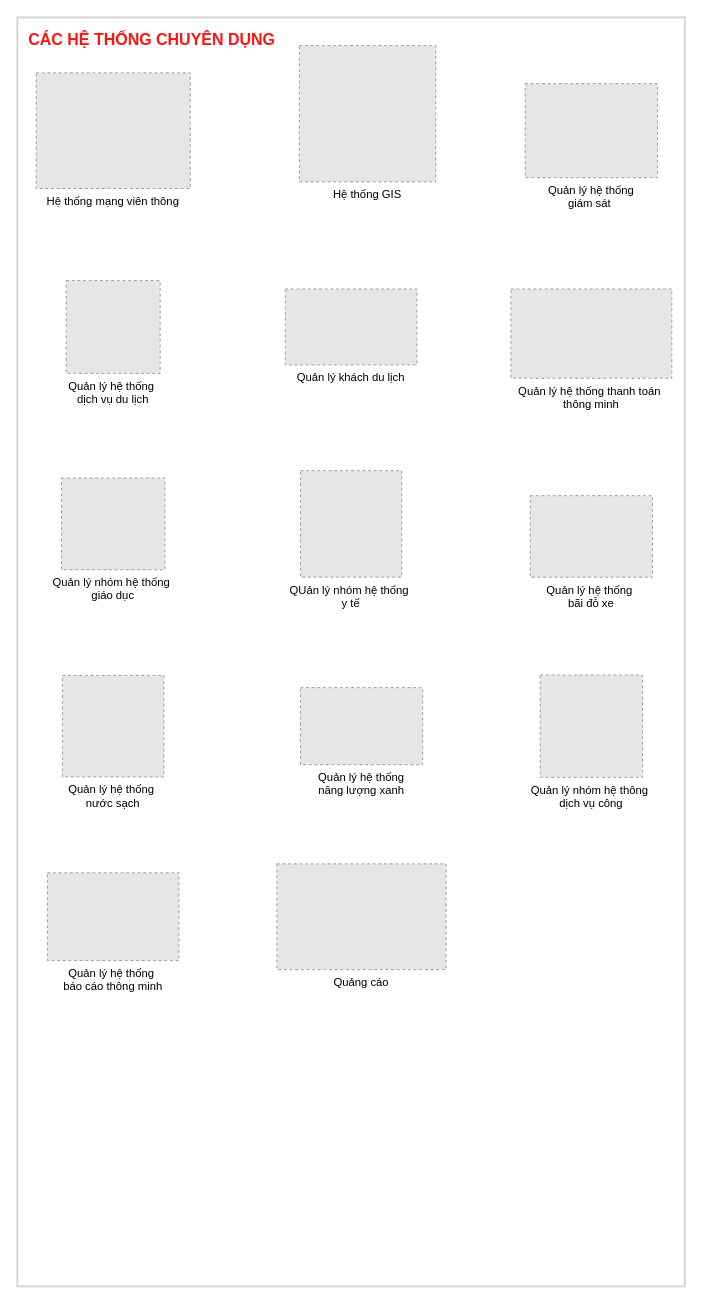
The draw.io diagram so-do-draw/smart_city_v2.drawio in letheanh12345/Draw-io, before the edit. Source tidied: cells renumbered, new cells numbered last; positions are measured from the earlier drawing's top-left corner, leaving out a move shared by most shapes. Both pictures are drawn from the tidied source at 94%, with x=0, y=0 at pixel (17, 17). Pictures stored in the file or linked from it are replaced by grey dashed boxes.
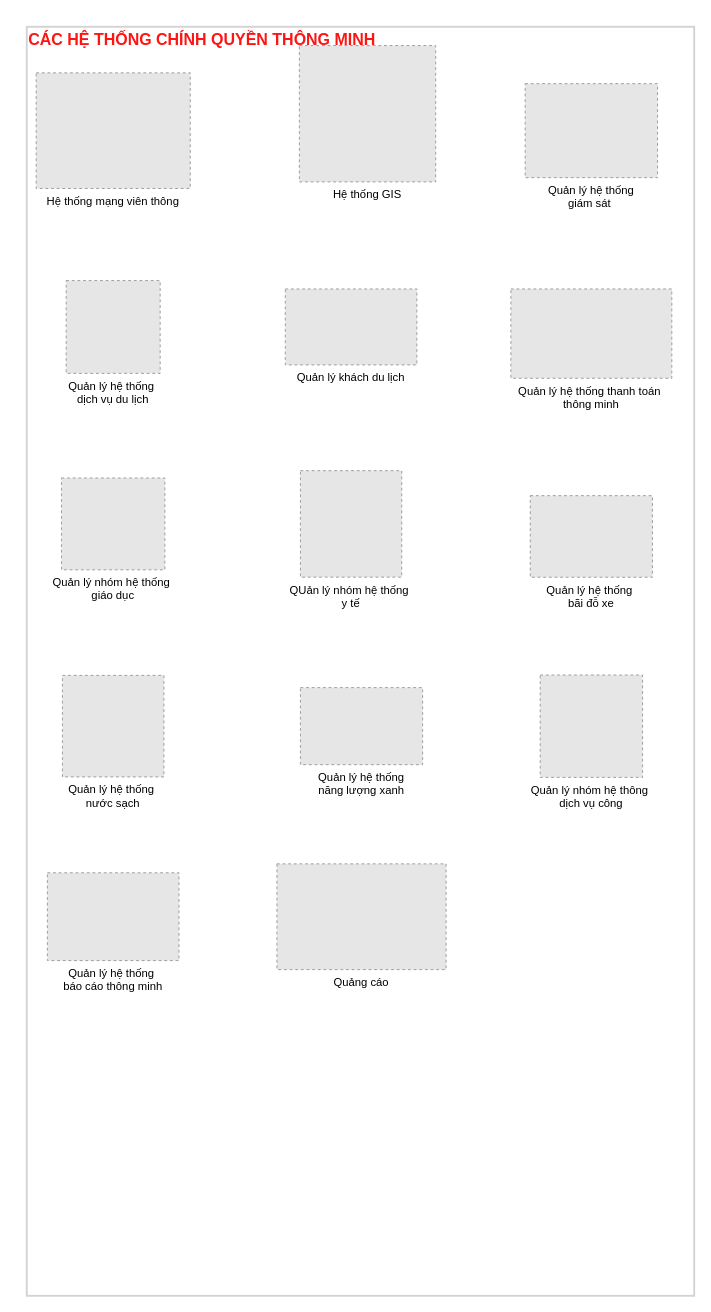
After the change.

The edit, as a diff of the source:
```diff
@@
 <mxGraphModel>
   <root>
     <mxCell id="0" />
     <mxCell id="1" parent="0" />
     <mxCell id="2" style="rounded=0;whiteSpace=wrap;html=1;fillColor=none;strokeColor=#d3d3d3;strokeWidth=2;" parent="1" vertex="1">
-      <mxGeometry width="710" height="1350" as="geometry" />
+      <mxGeometry x="10" y="10" width="710" height="1350" as="geometry" />
     </mxCell>
-    <mxCell id="3" value="&lt;font style=&quot;font-size: 17px;&quot;&gt;&lt;b&gt;CÁC HỆ THỐNG CHUYÊN DỤNG&lt;/b&gt;&lt;/font&gt;" style="text;html=1;strokeColor=none;fillColor=none;align=left;verticalAlign=middle;whiteSpace=wrap;rounded=0;fontColor=#FF1414;" parent="1" vertex="1">
+    <mxCell id="3" value="&lt;font style=&quot;font-size: 17px;&quot;&gt;&lt;b&gt;CÁC HỆ THỐNG CHÍNH QUYỀN THÔNG MINH&lt;/b&gt;&lt;/font&gt;" style="text;html=1;strokeColor=none;fillColor=none;align=left;verticalAlign=middle;whiteSpace=wrap;rounded=0;fontColor=#FF1414;" parent="1" vertex="1">
       <mxGeometry x="10" y="10" width="390" height="30" as="geometry" />
     </mxCell>
     <mxCell id="4" value="Hệ thống mạng viên thông" style="fillColor=#E6E6E6;strokeColor=#999999;dashed=1;verticalLabelPosition=bottom;labelBackgroundColor=default;verticalAlign=top;" parent="1" vertex="1">
       <mxGeometry x="20" y="59" width="163.9" height="123" as="geometry" />
     </mxCell>
     <mxCell id="5" value="Hệ thống GIS" style="fillColor=#E6E6E6;strokeColor=#999999;dashed=1;verticalLabelPosition=bottom;labelBackgroundColor=default;verticalAlign=top;" parent="1" vertex="1">
       <mxGeometry x="300" y="30" width="145" height="145" as="geometry" />
     </mxCell>
     <mxCell id="6" value="Quản lý hệ thống thanh toán &#10;thông minh" style="fillColor=#E6E6E6;strokeColor=#999999;dashed=1;verticalLabelPosition=bottom;labelBackgroundColor=default;verticalAlign=top;" parent="1" vertex="1">
       <mxGeometry x="525" y="288.9" width="171.2" height="95" as="geometry" />
     </mxCell>
     <mxCell id="7" value="Quản lý hệ thống &#10;giám sát " style="fillColor=#E6E6E6;strokeColor=#999999;dashed=1;verticalLabelPosition=bottom;labelBackgroundColor=default;verticalAlign=top;" parent="1" vertex="1">
       <mxGeometry x="540.2" y="70.5" width="140.8" height="100" as="geometry" />
     </mxCell>
     <mxCell id="8" value="QUản lý nhóm hệ thống &#10;y tế" style="fillColor=#E6E6E6;strokeColor=#999999;dashed=1;verticalLabelPosition=bottom;labelBackgroundColor=default;verticalAlign=top;" parent="1" vertex="1">
       <mxGeometry x="301.1" y="482.2" width="107.8" height="113.3" as="geometry" />
     </mxCell>
     <mxCell id="9" value="Quản lý khách du lịch" style="fillColor=#E6E6E6;strokeColor=#999999;dashed=1;verticalLabelPosition=bottom;labelBackgroundColor=default;verticalAlign=top;" parent="1" vertex="1">
       <mxGeometry x="285" y="288.9" width="140" height="80.8" as="geometry" />
     </mxCell>
     <mxCell id="10" value="Quản lý nhóm hệ thống &#10;giáo dục" style="fillColor=#E6E6E6;strokeColor=#999999;dashed=1;verticalLabelPosition=bottom;labelBackgroundColor=default;verticalAlign=top;" parent="1" vertex="1">
       <mxGeometry x="46.9" y="490" width="110" height="97.7" as="geometry" />
     </mxCell>
     <mxCell id="11" value="Quản lý nhóm hệ thông &#10;dịch vụ công" style="fillColor=#E6E6E6;strokeColor=#999999;dashed=1;verticalLabelPosition=bottom;labelBackgroundColor=default;verticalAlign=top;" parent="1" vertex="1">
       <mxGeometry x="556.2" y="699.6" width="108.9" height="108.9" as="geometry" />
     </mxCell>
     <mxCell id="12" value="Quản lý hệ thống&#10;năng lượng xanh" style="fillColor=#E6E6E6;strokeColor=#999999;dashed=1;verticalLabelPosition=bottom;labelBackgroundColor=default;verticalAlign=top;" parent="1" vertex="1">
       <mxGeometry x="301.1" y="713" width="130" height="82" as="geometry" />
     </mxCell>
     <mxCell id="13" value="Quản lý hệ thống &#10;nước sạch" style="fillColor=#E6E6E6;strokeColor=#999999;dashed=1;verticalLabelPosition=bottom;labelBackgroundColor=default;verticalAlign=top;" parent="1" vertex="1">
       <mxGeometry x="47.9" y="700" width="108" height="108" as="geometry" />
     </mxCell>
     <mxCell id="14" value="Quản lý hệ thống &#10;bãi đỗ xe" style="fillColor=#E6E6E6;strokeColor=#999999;dashed=1;verticalLabelPosition=bottom;labelBackgroundColor=default;verticalAlign=top;" parent="1" vertex="1">
       <mxGeometry x="545.6" y="508.8" width="130" height="86.8" as="geometry" />
     </mxCell>
     <mxCell id="15" value="Quản lý hệ thống &#10;dịch vụ du lịch" style="fillColor=#E6E6E6;strokeColor=#999999;dashed=1;verticalLabelPosition=bottom;labelBackgroundColor=default;verticalAlign=top;" parent="1" vertex="1">
       <mxGeometry x="51.9" y="280" width="100" height="98.7" as="geometry" />
     </mxCell>
     <mxCell id="16" value="Quản lý hệ thống &#10;báo cáo thông minh" style="fillColor=#E6E6E6;strokeColor=#999999;dashed=1;verticalLabelPosition=bottom;labelBackgroundColor=default;verticalAlign=top;" parent="1" vertex="1">
       <mxGeometry x="31.9" y="910" width="140" height="93.4" as="geometry" />
     </mxCell>
     <mxCell id="17" value="Quảng cáo" style="fillColor=#E6E6E6;strokeColor=#999999;dashed=1;verticalLabelPosition=bottom;labelBackgroundColor=default;verticalAlign=top;" parent="1" vertex="1">
       <mxGeometry x="276.1" y="900.5" width="180" height="112.5" as="geometry" />
     </mxCell>
   </root>
 </mxGraphModel>
```
